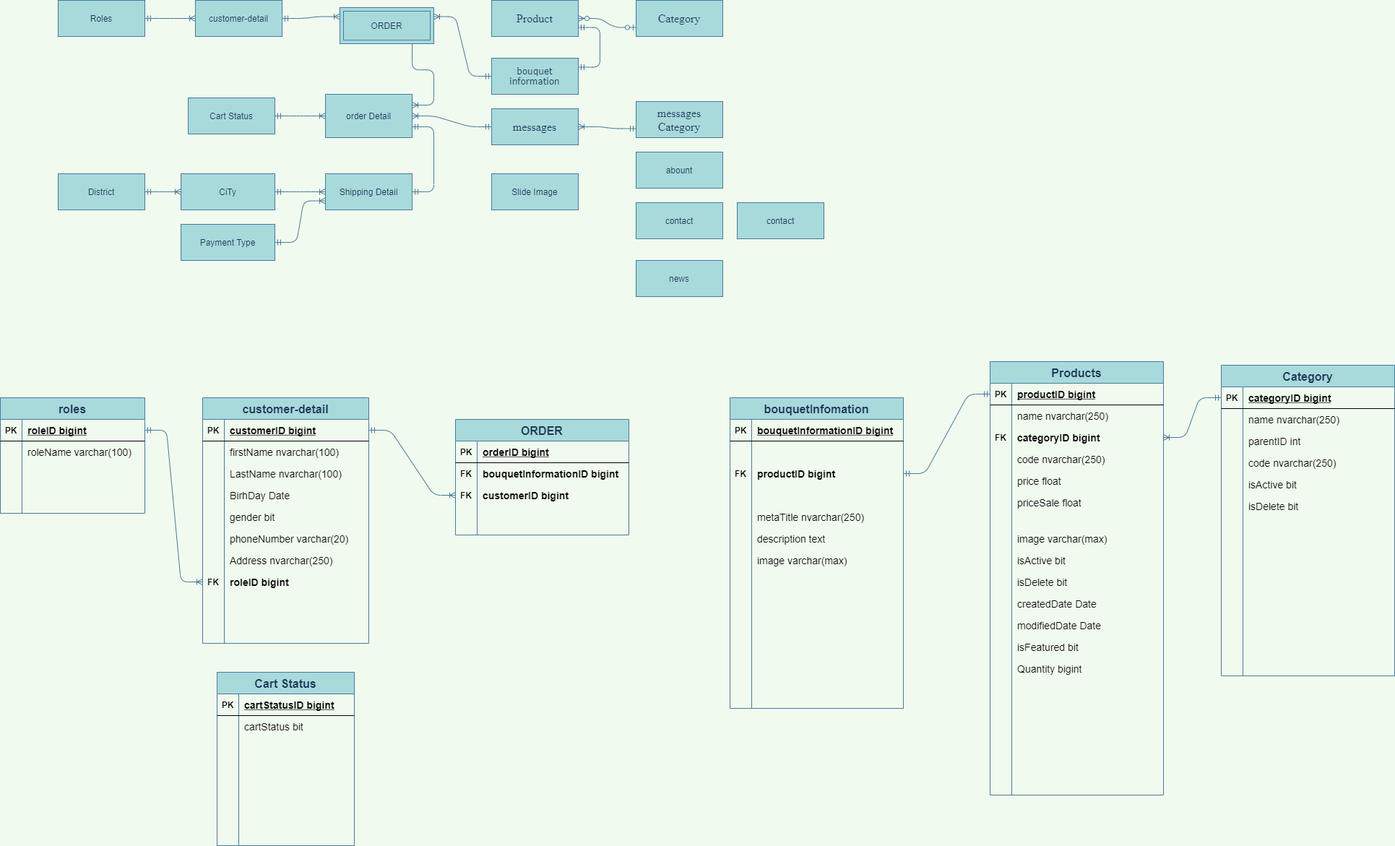
Above: Untitled Diagram.png in maialino123/Eproject-SEM3 (draw.io), before the change. Source tidied: cells renumbered, new cells last; positions are measured from the earlier drawing's top-left corner, leaving out a move shared by most shapes.
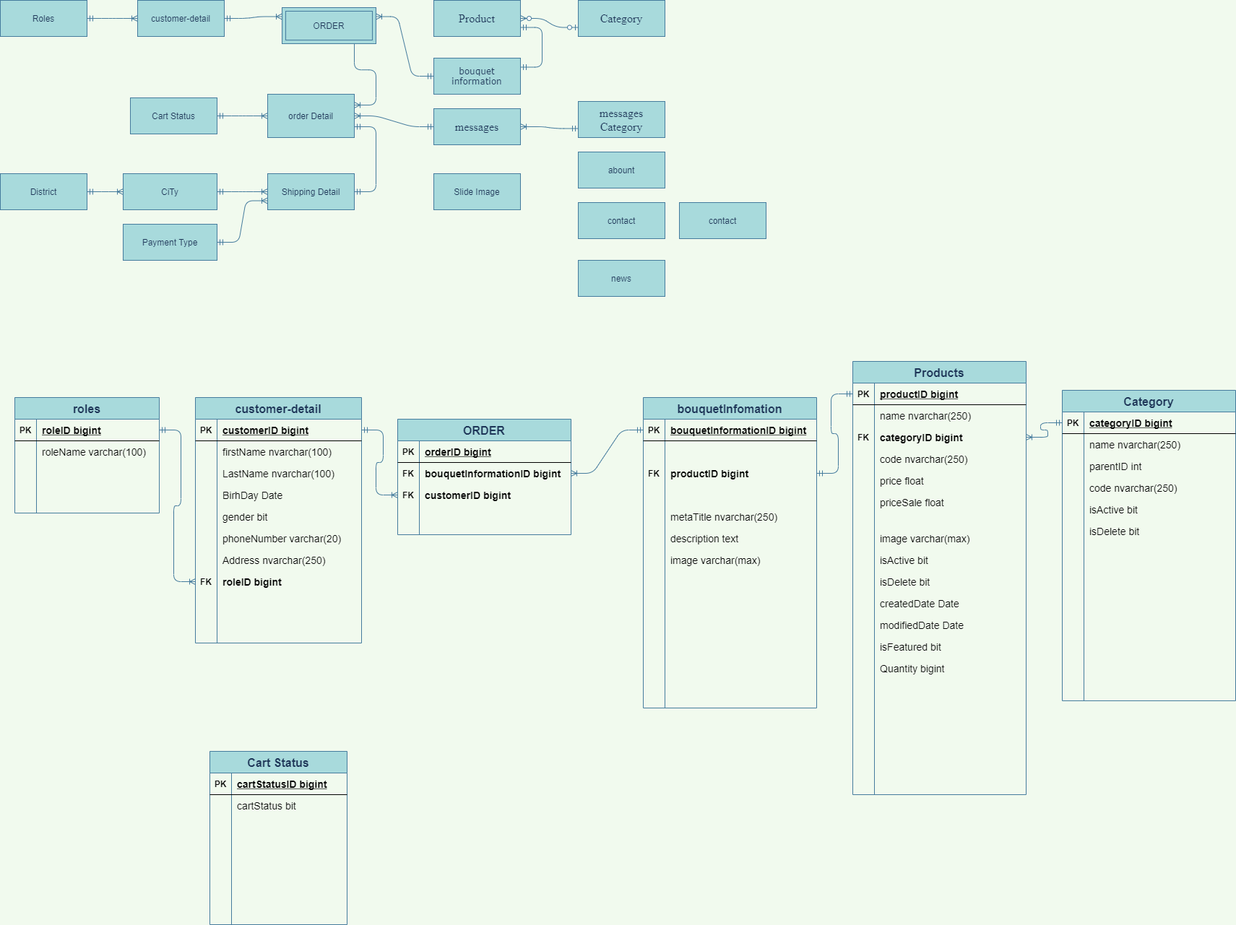
Later version of the same file.

What changed in the source:
```diff
@@ -99,7 +99,7 @@
       <mxGeometry x="880" y="360" width="120" height="50" as="geometry" />
     </mxCell>
     <mxCell id="34" value="roles" style="shape=table;startSize=30;rowLines=0;fontStyle=1;align=center;rounded=0;sketch=0;fontColor=#1D3557;strokeColor=#457B9D;fillColor=#A8DADC;fontSize=16;" parent="1" vertex="1">
-      <mxGeometry y="550" width="200" height="160" as="geometry" />
+      <mxGeometry x="100" y="550" width="200" height="160" as="geometry" />
     </mxCell>
     <mxCell id="35" style="shape=partialRectangle;fillColor=none;top=0;left=0;bottom=1;right=0;points=[[0,0.5],[1,0.5]];portConstraint=eastwest;" parent="34" vertex="1">
       <mxGeometry y="30" width="200" height="30" as="geometry" />
@@ -138,7 +138,7 @@
       <mxGeometry x="30" width="170" height="30" as="geometry" />
     </mxCell>
     <mxCell id="47" value="customer-detail" style="shape=table;startSize=30;rowLines=0;fontStyle=1;align=center;rounded=0;sketch=0;fontColor=#1D3557;strokeColor=#457B9D;fillColor=#A8DADC;fontSize=16;" parent="1" vertex="1">
-      <mxGeometry x="280" y="550" width="230" height="340" as="geometry" />
+      <mxGeometry x="350" y="550" width="230" height="340" as="geometry" />
     </mxCell>
     <mxCell id="48" style="shape=partialRectangle;fillColor=none;top=0;left=0;bottom=1;right=0;points=[[0,0.5],[1,0.5]];portConstraint=eastwest;" parent="47" vertex="1">
       <mxGeometry y="30" width="230" height="30" as="geometry" />
@@ -213,7 +213,7 @@
       <mxGeometry x="30" width="200" height="30" as="geometry" />
     </mxCell>
     <mxCell id="72" value="Cart Status" style="shape=table;startSize=30;rowLines=0;fontStyle=1;align=center;rounded=0;sketch=0;fontColor=#1D3557;strokeColor=#457B9D;fillColor=#A8DADC;fontSize=16;" parent="1" vertex="1">
-      <mxGeometry x="300" y="930" width="190" height="240" as="geometry" />
+      <mxGeometry x="370" y="1040" width="190" height="240" as="geometry" />
     </mxCell>
     <mxCell id="73" style="shape=partialRectangle;fillColor=none;top=0;left=0;bottom=1;right=0;" parent="72" vertex="1">
       <mxGeometry y="30" width="190" height="30" as="geometry" />
@@ -324,7 +324,7 @@
       <mxGeometry relative="1" as="geometry" />
     </mxCell>
     <mxCell id="109" value="Products" style="shape=table;startSize=30;rowLines=0;fontStyle=1;align=center;rounded=0;sketch=0;fontSize=16;fontColor=#1D3557;strokeColor=#457B9D;fillColor=#A8DADC;" parent="1" vertex="1">
-      <mxGeometry x="1370" y="500" width="240" height="600" as="geometry" />
+      <mxGeometry x="1260" y="500" width="240" height="600" as="geometry" />
     </mxCell>
     <mxCell id="110" style="shape=partialRectangle;fillColor=none;top=0;left=0;bottom=1;right=0;points=[[0,0.5],[1,0.5]];portConstraint=eastwest;" parent="109" vertex="1">
       <mxGeometry y="30" width="240" height="30" as="geometry" />
@@ -453,7 +453,7 @@
       <mxGeometry x="30" width="210" height="30" as="geometry" />
     </mxCell>
     <mxCell id="152" value="bouquetInfomation" style="shape=table;startSize=30;rowLines=0;fontStyle=1;align=center;rounded=0;sketch=0;fontSize=16;fontColor=#1D3557;strokeColor=#457B9D;fillColor=#A8DADC;" parent="1" vertex="1">
-      <mxGeometry x="1010" y="550" width="240" height="430" as="geometry" />
+      <mxGeometry x="970" y="550" width="240" height="430" as="geometry" />
     </mxCell>
     <mxCell id="153" style="shape=partialRectangle;fillColor=none;top=0;left=0;bottom=1;right=0;points=[[0,0.5],[1,0.5]];portConstraint=eastwest;" parent="152" vertex="1">
       <mxGeometry y="30" width="240" height="30" as="geometry" />
@@ -528,7 +528,7 @@
       <mxGeometry x="30" width="210" height="30" as="geometry" />
     </mxCell>
     <mxCell id="177" value="Category" style="shape=table;startSize=30;rowLines=0;fontStyle=1;align=center;rounded=0;sketch=0;fontSize=16;fontColor=#1D3557;strokeColor=#457B9D;fillColor=#A8DADC;" parent="1" vertex="1">
-      <mxGeometry x="1690" y="505" width="240" height="430" as="geometry" />
+      <mxGeometry x="1550" y="540" width="240" height="430" as="geometry" />
     </mxCell>
     <mxCell id="178" style="shape=partialRectangle;fillColor=none;top=0;left=0;bottom=1;right=0;points=[[0,0.5],[1,0.5]];portConstraint=eastwest;" parent="177" vertex="1">
       <mxGeometry y="30" width="240" height="30" as="geometry" />
@@ -608,5 +608,8 @@
     <mxCell id="203" style="edgeStyle=entityRelationEdgeStyle;fontSize=12;html=1;endArrow=ERmandOne;startArrow=ERmandOne;fontColor=#1D3557;fillColor=#A8DADC;rounded=1;entryX=0;entryY=0.5;entryDx=0;entryDy=0;exitX=1;exitY=0.5;exitDx=0;exitDy=0;strokeColor=#457B9D;labelBackgroundColor=#F1FAEE;" parent="1" edge="1" source="159" target="110">
       <mxGeometry relative="1" as="geometry" />
     </mxCell>
+    <mxCell id="204" style="edgeStyle=entityRelationEdgeStyle;fontSize=12;html=1;endArrow=ERoneToMany;startArrow=ERmandOne;fontColor=#1D3557;strokeColor=#457B9D;fillColor=#A8DADC;labelBackgroundColor=#F1FAEE;exitX=0;exitY=0.5;exitDx=0;exitDy=0;entryX=1;entryY=0.5;entryDx=0;entryDy=0;" parent="1" edge="1" source="153" target="99">
+      <mxGeometry relative="1" as="geometry" />
+    </mxCell>
   </root>
 </mxGraphModel>
```
